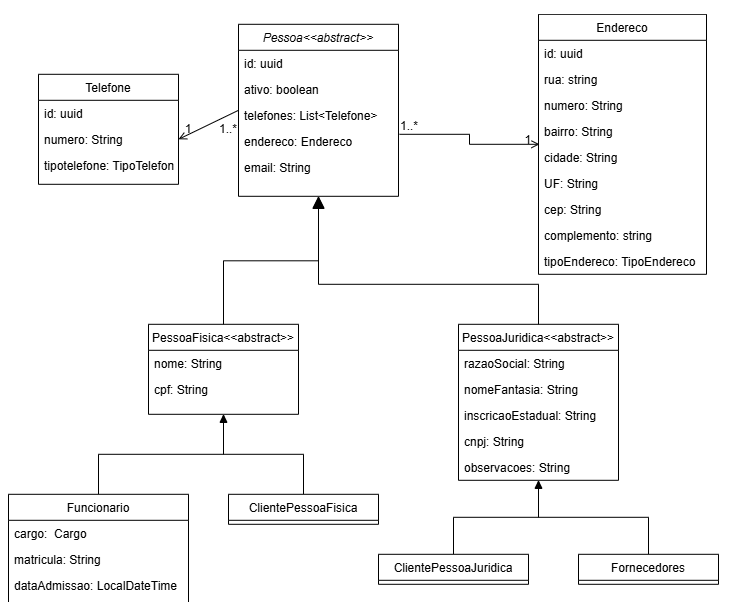
henriqueValgas/oficina-mecanica-api keeps this draw.io diagram as docs/diagramas/Diagrama de pessoa.drawio.png. Above is the earlier version. Source tidied: cells renumbered, new cells last; positions are measured from the earlier drawing's top-left corner, leaving out a move shared by most shapes.
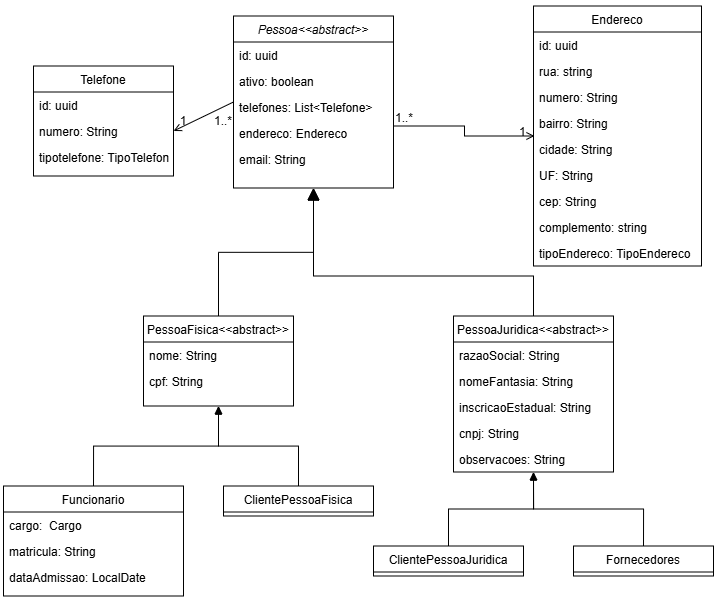
After the commit.

What changed in the source:
```diff
@@ -119,7 +119,7 @@
     <mxCell id="36" value="matricula: String" style="text;align=left;verticalAlign=top;spacingLeft=4;spacingRight=4;overflow=hidden;rounded=0;shadow=0;html=0;" parent="34" vertex="1">
       <mxGeometry y="52" width="180" height="26" as="geometry" />
     </mxCell>
-    <mxCell id="37" value="dataAdmissao: LocalDateTime" style="text;align=left;verticalAlign=top;spacingLeft=4;spacingRight=4;overflow=hidden;rounded=0;shadow=0;html=0;" parent="34" vertex="1">
+    <mxCell id="37" value="dataAdmissao: LocalDate" style="text;align=left;verticalAlign=top;spacingLeft=4;spacingRight=4;overflow=hidden;rounded=0;shadow=0;html=0;" parent="34" vertex="1">
       <mxGeometry y="78" width="180" height="26" as="geometry" />
     </mxCell>
     <mxCell id="38" style="edgeStyle=orthogonalEdgeStyle;rounded=0;jettySize=auto;html=1;exitX=0.5;exitY=0;exitDx=0;exitDy=0;entryX=0.5;entryY=1;entryDx=0;entryDy=0;endArrow=block;endFill=1;" parent="1" edge="1" source="39" target="9">
```
